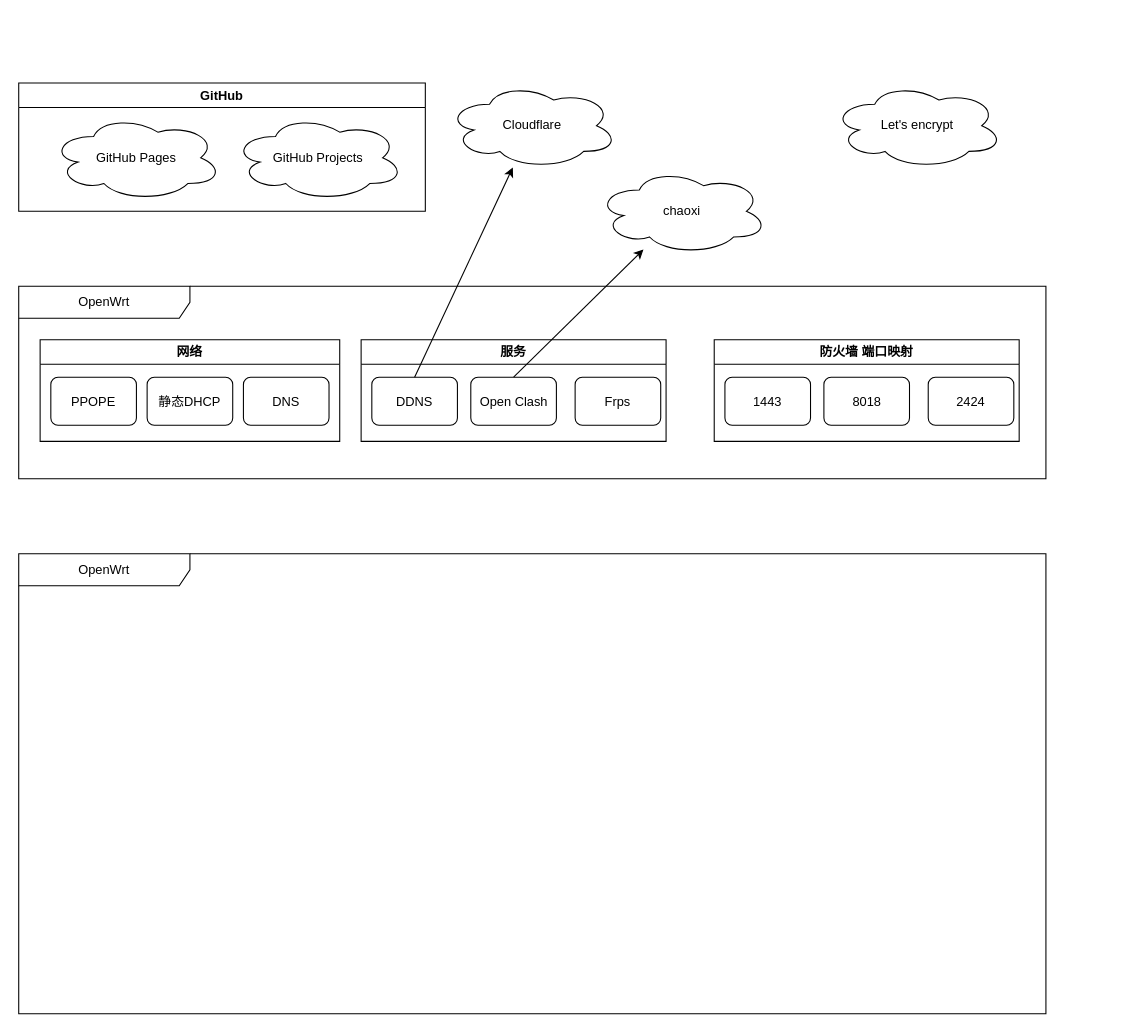
The draw.io diagram HomeNetwork.drawio in lich-wang/home-nas, before the edit. Source tidied: cells renumbered, new cells numbered last; positions are measured from the earlier drawing's top-left corner, leaving out a move shared by most shapes. Both pictures are drawn from the tidied source at 107%, with x=0, y=0 at pixel (18, 82).
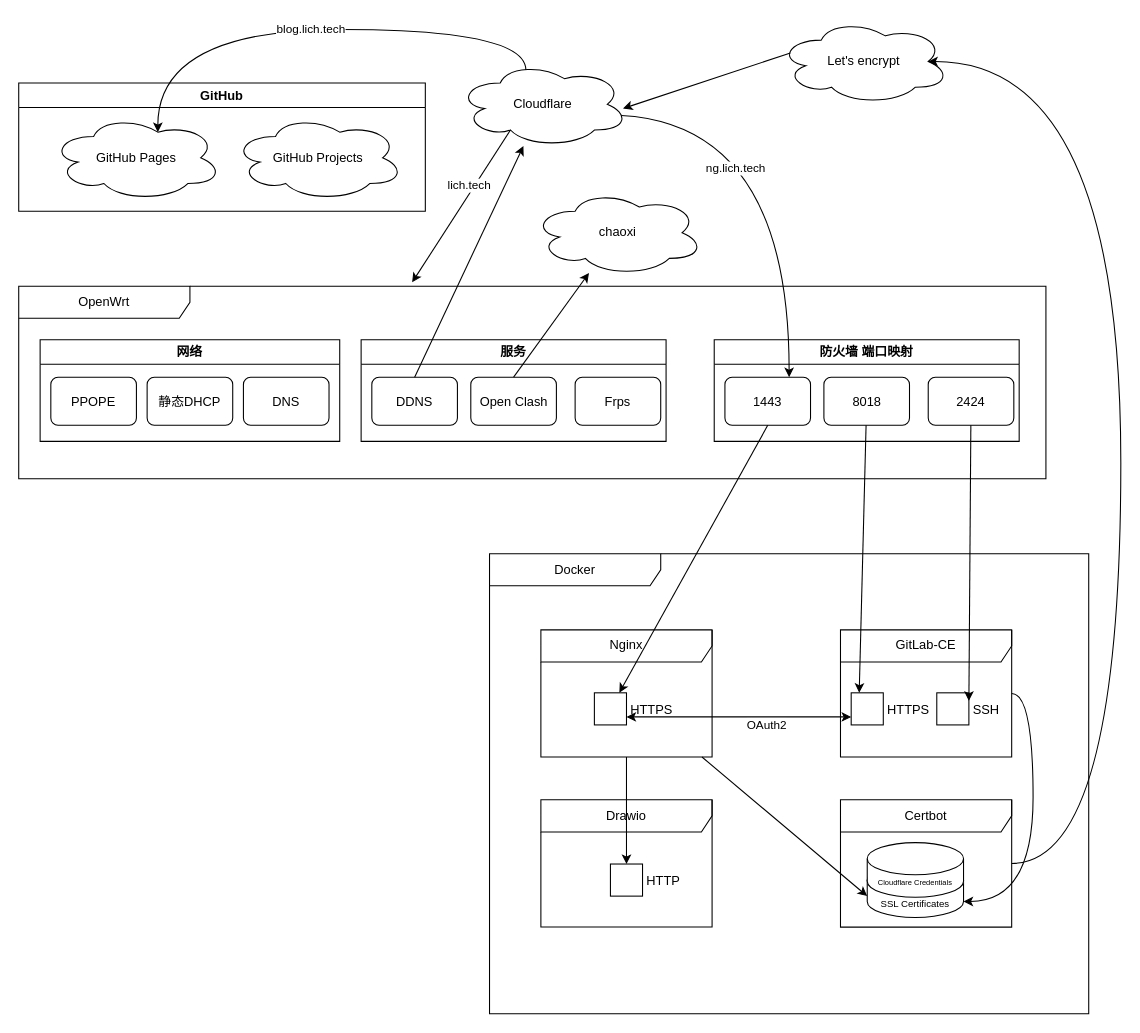
The same diagram, later.

The change refers to these unchanged cells:
```xml
<mxCell id="2" value="OpenWrt" style="shape=umlFrame;whiteSpace=wrap;html=1;width=160;" parent="1" vertex="1">
  <mxGeometry y="190" width="960" height="180" as="geometry" />
</mxCell>
<mxCell id="8" value="1443" style="rounded=1;whiteSpace=wrap;html=1;" parent="7" vertex="1">
  <mxGeometry x="10" y="35" width="80" height="45" as="geometry" />
</mxCell>
<mxCell id="9" value="8018" style="rounded=1;whiteSpace=wrap;html=1;" parent="7" vertex="1">
  <mxGeometry x="102.5" y="35" width="80" height="45" as="geometry" />
</mxCell>
<mxCell id="10" value="2424" style="rounded=1;whiteSpace=wrap;html=1;" parent="7" vertex="1">
  <mxGeometry x="200" y="35" width="80" height="45" as="geometry" />
</mxCell>
<mxCell id="16" value="GitHub Pages" style="ellipse;shape=cloud;whiteSpace=wrap;html=1;" parent="15" vertex="1">
  <mxGeometry x="30" y="30" width="160" height="80" as="geometry" />
</mxCell>
```

Diff of the diagram source:
```diff
@@
+    <mxCell id="24" value="ng.lich.tech" style="edgeStyle=orthogonalEdgeStyle;rounded=0;jettySize=auto;html=1;exitX=0.8;exitY=0.8;exitDx=0;exitDy=0;exitPerimeter=0;strokeColor=default;align=center;verticalAlign=middle;fontFamily=Helvetica;fontSize=11;fontColor=default;labelBackgroundColor=default;endArrow=classic;curved=1;" parent="2" edge="1" target="8">
+      <mxGeometry x="0.06" y="-50" relative="1" as="geometry">
+        <mxPoint x="550" y="-160" as="sourcePoint" />
+        <Array as="points">
+          <mxPoint x="720" y="-160" />
+        </Array>
+      </mxGeometry>
+    </mxCell>
@@
     <mxCell id="18" value="Cloudflare" style="ellipse;shape=cloud;whiteSpace=wrap;html=1;" parent="1" vertex="1">
-      <mxGeometry x="400" width="160" height="80" as="geometry" />
+      <mxGeometry x="410" y="-20" width="160" height="80" as="geometry" />
     </mxCell>
     <mxCell id="19" value="chaoxi" style="ellipse;shape=cloud;whiteSpace=wrap;html=1;" parent="1" vertex="1">
-      <mxGeometry x="540" y="80" width="160" height="80" as="geometry" />
+      <mxGeometry x="480" y="100" width="160" height="80" as="geometry" />
     </mxCell>
@@
     <mxCell id="21" value="Let's encrypt" style="ellipse;shape=cloud;whiteSpace=wrap;html=1;" parent="1" vertex="1">
-      <mxGeometry x="760" width="160" height="80" as="geometry" />
+      <mxGeometry x="710" y="-60" width="160" height="80" as="geometry" />
     </mxCell>
@@
-    <mxCell id="23" value="OpenWrt" style="shape=umlFrame;whiteSpace=wrap;html=1;width=160;" parent="1" vertex="1">
-      <mxGeometry y="440" width="960" height="430" as="geometry" />
+    <mxCell id="23" value="Docker" style="shape=umlFrame;whiteSpace=wrap;html=1;width=160;" parent="1" vertex="1">
+      <mxGeometry x="440" y="440" width="560" height="430" as="geometry" />
     </mxCell>
+    <mxCell id="25" value="Nginx" style="shape=umlFrame;whiteSpace=wrap;html=1;width=160;" parent="23" vertex="1">
+      <mxGeometry x="48" y="71.2" width="160" height="118.8" as="geometry" />
+    </mxCell>
+    <mxCell id="26" value="HTTPS" style="fontStyle=0;labelPosition=right;verticalLabelPosition=middle;align=left;verticalAlign=middle;spacingLeft=2;" parent="25" vertex="1">
+      <mxGeometry x="50" y="58.8" width="30" height="30" as="geometry" />
+    </mxCell>
+    <mxCell id="27" value="GitLab-CE" style="shape=umlFrame;whiteSpace=wrap;html=1;width=160;" parent="23" vertex="1">
+      <mxGeometry x="328" y="71.2" width="160" height="118.8" as="geometry" />
+    </mxCell>
+    <mxCell id="28" value="HTTPS" style="fontStyle=0;labelPosition=right;verticalLabelPosition=middle;align=left;verticalAlign=middle;spacingLeft=2;" parent="27" vertex="1">
+      <mxGeometry x="10" y="58.8" width="30" height="30" as="geometry" />
+    </mxCell>
+    <mxCell id="29" value="SSH" style="fontStyle=0;labelPosition=right;verticalLabelPosition=middle;align=left;verticalAlign=middle;spacingLeft=2;" parent="27" vertex="1">
+      <mxGeometry x="90" y="58.8" width="30" height="30" as="geometry" />
+    </mxCell>
+    <mxCell id="30" style="edgeStyle=none;rounded=0;jettySize=auto;html=1;strokeColor=default;align=center;verticalAlign=middle;fontFamily=Helvetica;fontSize=11;fontColor=default;labelBackgroundColor=default;endArrow=classic;startArrow=classic;startFill=1;exitX=1;exitY=0.75;exitDx=0;exitDy=0;entryX=0;entryY=0.75;entryDx=0;entryDy=0;" parent="23" edge="1" source="26" target="28">
+      <mxGeometry relative="1" as="geometry" />
+    </mxCell>
+    <mxCell id="31" value="OAuth2" style="edgeLabel;html=1;align=center;verticalAlign=middle;fontFamily=Helvetica;fontSize=11;fontColor=default;labelBackgroundColor=default;" parent="30" vertex="1">
+      <mxGeometry x="0.17" relative="1" as="geometry">
+        <mxPoint x="7" y="7" as="offset" />
+      </mxGeometry>
+    </mxCell>
+    <mxCell id="32" value="Drawio" style="shape=umlFrame;whiteSpace=wrap;html=1;width=160;" parent="23" vertex="1">
+      <mxGeometry x="48" y="230" width="160" height="118.8" as="geometry" />
+    </mxCell>
+    <mxCell id="33" value="HTTP" style="fontStyle=0;labelPosition=right;verticalLabelPosition=middle;align=left;verticalAlign=middle;spacingLeft=2;" parent="32" vertex="1">
+      <mxGeometry x="65" y="60" width="30" height="30" as="geometry" />
+    </mxCell>
+    <mxCell id="34" value="Certbot" style="shape=umlFrame;whiteSpace=wrap;html=1;width=160;" parent="23" vertex="1">
+      <mxGeometry x="328" y="230" width="160" height="119" as="geometry" />
+    </mxCell>
+    <mxCell id="35" value="SSL Certificates" style="shape=cylinder3;whiteSpace=wrap;html=1;boundedLbl=1;backgroundOutline=1;size=15;fontFamily=Helvetica;fontSize=9;fontColor=default;labelBackgroundColor=default;" parent="34" vertex="1">
+      <mxGeometry x="25" y="60" width="90" height="50" as="geometry" />
+    </mxCell>
+    <mxCell id="36" value="Cloudflare Credentials" style="shape=cylinder3;whiteSpace=wrap;html=1;boundedLbl=1;backgroundOutline=1;size=15;fontFamily=Helvetica;fontSize=7;fontColor=default;labelBackgroundColor=default;" parent="34" vertex="1">
+      <mxGeometry x="25" y="40" width="90" height="51" as="geometry" />
+    </mxCell>
+    <mxCell id="37" style="edgeStyle=none;rounded=0;jettySize=auto;html=1;strokeColor=default;align=center;verticalAlign=middle;fontFamily=Helvetica;fontSize=11;fontColor=default;labelBackgroundColor=default;endArrow=classic;" parent="23" edge="1" source="25" target="33">
+      <mxGeometry relative="1" as="geometry" />
+    </mxCell>
+    <mxCell id="38" style="edgeStyle=none;rounded=0;jettySize=auto;html=1;entryX=0;entryY=0;entryDx=0;entryDy=30;entryPerimeter=0;strokeColor=default;align=center;verticalAlign=middle;fontFamily=Helvetica;fontSize=11;fontColor=default;labelBackgroundColor=default;endArrow=classic;" parent="23" edge="1" source="25" target="35">
+      <mxGeometry relative="1" as="geometry" />
+    </mxCell>
+    <mxCell id="39" style="edgeStyle=orthogonalEdgeStyle;rounded=0;jettySize=auto;html=1;entryX=1;entryY=1;entryDx=0;entryDy=-15;entryPerimeter=0;strokeColor=default;align=center;verticalAlign=middle;fontFamily=Helvetica;fontSize=11;fontColor=default;labelBackgroundColor=default;endArrow=classic;curved=1;" parent="23" edge="1" source="27" target="35">
+      <mxGeometry relative="1" as="geometry">
+        <Array as="points">
+          <mxPoint x="508" y="131" />
+          <mxPoint x="508" y="325" />
+        </Array>
+      </mxGeometry>
+    </mxCell>
+    <mxCell id="40" style="edgeStyle=none;rounded=0;jettySize=auto;html=1;exitX=0.5;exitY=1;exitDx=0;exitDy=0;strokeColor=default;align=center;verticalAlign=middle;fontFamily=Helvetica;fontSize=11;fontColor=default;labelBackgroundColor=default;endArrow=classic;" parent="1" edge="1" source="8" target="26">
+      <mxGeometry relative="1" as="geometry" />
+    </mxCell>
+    <mxCell id="41" style="edgeStyle=none;rounded=0;jettySize=auto;html=1;strokeColor=default;align=center;verticalAlign=middle;fontFamily=Helvetica;fontSize=11;fontColor=default;labelBackgroundColor=default;endArrow=classic;entryX=0.25;entryY=0;entryDx=0;entryDy=0;" parent="1" edge="1" source="9" target="28">
+      <mxGeometry relative="1" as="geometry" />
+    </mxCell>
+    <mxCell id="42" style="edgeStyle=none;rounded=0;jettySize=auto;html=1;entryX=1;entryY=0.25;entryDx=0;entryDy=0;strokeColor=default;align=center;verticalAlign=middle;fontFamily=Helvetica;fontSize=11;fontColor=default;labelBackgroundColor=default;endArrow=classic;" parent="1" edge="1" source="10" target="29">
+      <mxGeometry relative="1" as="geometry" />
+    </mxCell>
+    <mxCell id="43" style="edgeStyle=orthogonalEdgeStyle;rounded=0;jettySize=auto;html=1;entryX=0.875;entryY=0.5;entryDx=0;entryDy=0;entryPerimeter=0;strokeColor=default;align=center;verticalAlign=middle;fontFamily=Helvetica;fontSize=11;fontColor=default;labelBackgroundColor=default;endArrow=classic;curved=1;" parent="1" edge="1" source="34" target="21">
+      <mxGeometry relative="1" as="geometry">
+        <Array as="points">
+          <mxPoint x="1030" y="730" />
+          <mxPoint x="1030" y="-20" />
+        </Array>
+      </mxGeometry>
+    </mxCell>
+    <mxCell id="44" style="edgeStyle=none;rounded=0;jettySize=auto;html=1;exitX=0.07;exitY=0.4;exitDx=0;exitDy=0;exitPerimeter=0;entryX=0.967;entryY=0.549;entryDx=0;entryDy=0;entryPerimeter=0;strokeColor=default;align=center;verticalAlign=middle;fontFamily=Helvetica;fontSize=11;fontColor=default;labelBackgroundColor=default;endArrow=classic;" parent="1" edge="1" source="21" target="18">
+      <mxGeometry relative="1" as="geometry" />
+    </mxCell>
+    <mxCell id="45" style="edgeStyle=none;rounded=0;jettySize=auto;html=1;exitX=0.31;exitY=0.8;exitDx=0;exitDy=0;exitPerimeter=0;entryX=0.383;entryY=-0.02;entryDx=0;entryDy=0;entryPerimeter=0;strokeColor=default;align=center;verticalAlign=middle;fontFamily=Helvetica;fontSize=11;fontColor=default;labelBackgroundColor=default;endArrow=classic;" parent="1" edge="1" source="18" target="2">
+      <mxGeometry relative="1" as="geometry" />
+    </mxCell>
+    <mxCell id="46" value="lich.tech" style="edgeLabel;html=1;align=center;verticalAlign=middle;fontFamily=Helvetica;fontSize=11;fontColor=default;labelBackgroundColor=default;" parent="45" vertex="1">
+      <mxGeometry x="-0.25" y="-5" relative="1" as="geometry" />
+    </mxCell>
+    <mxCell id="47" value="blog.lich.tech" style="edgeStyle=orthogonalEdgeStyle;rounded=0;jettySize=auto;html=1;exitX=0.4;exitY=0.1;exitDx=0;exitDy=0;exitPerimeter=0;entryX=0.625;entryY=0.2;entryDx=0;entryDy=0;entryPerimeter=0;strokeColor=default;align=center;verticalAlign=middle;fontFamily=Helvetica;fontSize=11;fontColor=default;labelBackgroundColor=default;endArrow=classic;curved=1;" parent="1" edge="1" source="18" target="16">
+      <mxGeometry relative="1" as="geometry">
+        <Array as="points">
+          <mxPoint x="474" y="-50" />
+          <mxPoint x="130" y="-50" />
+        </Array>
+      </mxGeometry>
+    </mxCell>
```
